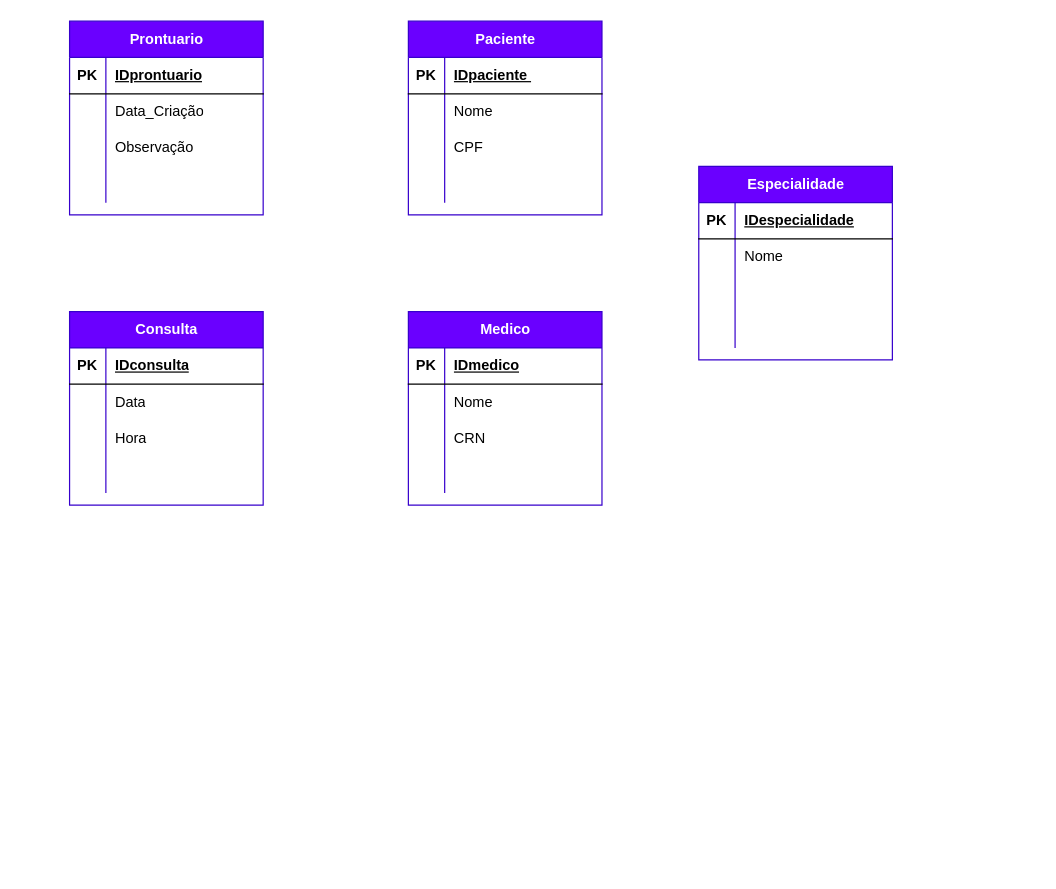
Earlier version of the draw.io diagram Diagrama sem nome.drawio (mi-edu/Milena.Banco). Source tidied: cells renumbered, new cells numbered last; positions are measured from the earlier drawing's top-left corner, leaving out a move shared by most shapes. Both pictures are drawn from the tidied source at 121%, with x=0, y=0 at pixel (69, 21).
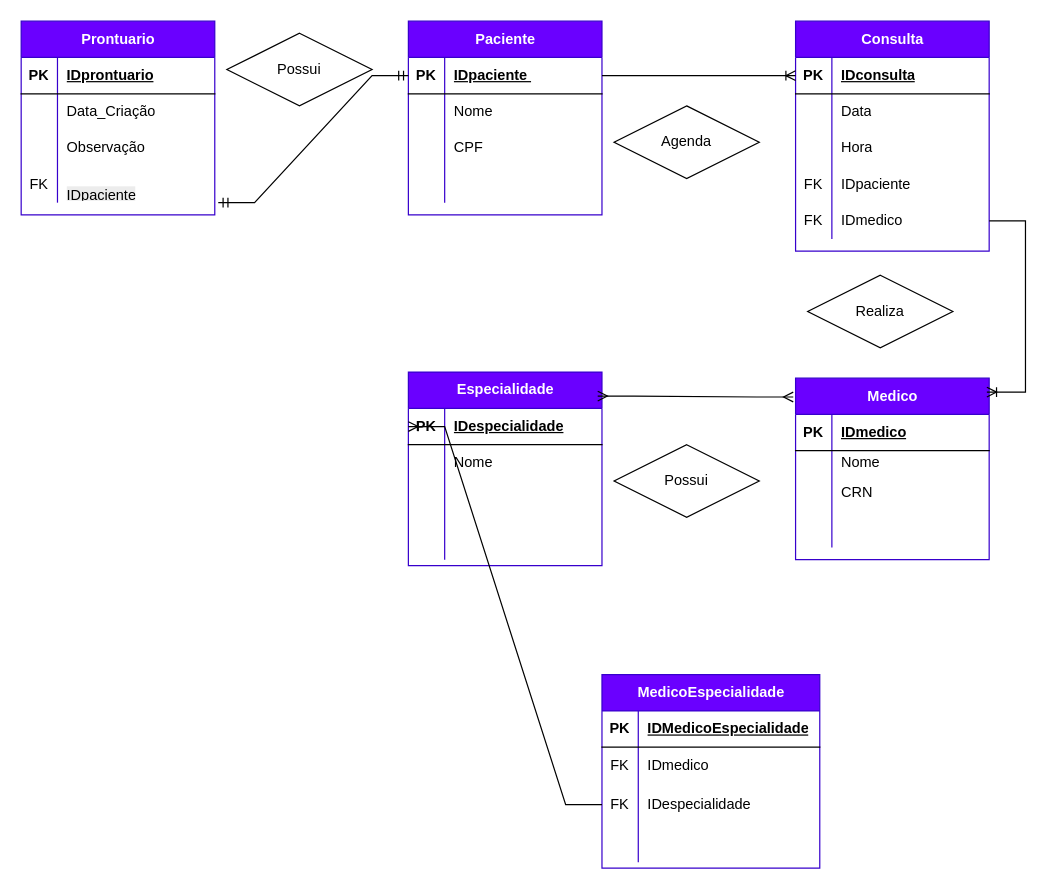
Above is the later version.

Unchanged cells that the change refers to:
```xml
<mxCell id="12" style="shape=tableRow;horizontal=0;startSize=0;swimlaneHead=0;swimlaneBody=0;fillColor=none;points=[[0,0.5],[1,0.5]];portConstraint=eastwest;top=0;left=0;right=0;bottom=0;" parent="2" vertex="1">
  <mxGeometry y="120" width="160" height="30" as="geometry" />
</mxCell>
<mxCell id="16" style="shape=tableRow;horizontal=0;startSize=0;swimlaneHead=0;swimlaneBody=0;fillColor=none;points=[[0,0.5],[1,0.5]];portConstraint=eastwest;top=0;left=0;right=0;bottom=1;" parent="15" vertex="1">
  <mxGeometry y="30" width="160" height="30" as="geometry" />
</mxCell>
<mxCell id="29" style="shape=tableRow;horizontal=0;startSize=0;swimlaneHead=0;swimlaneBody=0;fillColor=none;points=[[0,0.5],[1,0.5]];portConstraint=eastwest;top=0;left=0;right=0;bottom=1;" parent="28" vertex="1">
  <mxGeometry y="30" width="160" height="30" as="geometry" />
</mxCell>
<mxCell id="38" style="shape=tableRow;horizontal=0;startSize=0;swimlaneHead=0;swimlaneBody=0;fillColor=none;top=0;left=0;right=0;bottom=0;" parent="28" vertex="1">
  <mxGeometry y="120" width="160" height="30" as="geometry" />
</mxCell>
<mxCell id="55" style="shape=tableRow;horizontal=0;startSize=0;swimlaneHead=0;swimlaneBody=0;fillColor=none;points=[[0,0.5],[1,0.5]];portConstraint=eastwest;top=0;left=0;right=0;bottom=1;" parent="54" vertex="1">
  <mxGeometry y="30" width="160" height="30" as="geometry" />
</mxCell>
```

Diff of the diagram source:
```diff
@@
     <mxCell id="2" value="Prontuario" style="shape=table;startSize=30;childLayout=tableLayout;rowLines=0;fontStyle=1;align=center;html=1;fillColor=#6a00ff;fontColor=#ffffff;strokeColor=#3700CC;" parent="1" vertex="1">
-      <mxGeometry width="160" height="160" as="geometry" />
+      <mxGeometry x="-40" width="160" height="160" as="geometry" />
     </mxCell>
@@
-    <mxCell id="13" style="shape=partialRectangle;fillColor=none;top=0;left=0;bottom=0;right=0;overflow=hidden;whiteSpace=wrap;html=1;" parent="12" vertex="1">
+    <mxCell id="13" value="FK" style="shape=partialRectangle;fillColor=none;top=0;left=0;bottom=0;right=0;overflow=hidden;whiteSpace=wrap;html=1;" parent="12" vertex="1">
       <mxGeometry width="30" height="30" as="geometry" />
     </mxCell>
-    <mxCell id="14" style="shape=partialRectangle;fillColor=none;top=0;left=0;bottom=0;right=0;align=left;spacingLeft=6;overflow=hidden;whiteSpace=wrap;html=1;" parent="12" vertex="1">
+    <mxCell id="14" value="&#10;&lt;span style=&quot;color: rgb(0, 0, 0); font-family: Helvetica; font-size: 12px; font-style: normal; font-variant-ligatures: normal; font-variant-caps: normal; font-weight: 400; letter-spacing: normal; orphans: 2; text-align: left; text-indent: 0px; text-transform: none; widows: 2; word-spacing: 0px; -webkit-text-stroke-width: 0px; white-space: normal; background-color: rgb(236, 236, 236); text-decoration-thickness: initial; text-decoration-style: initial; text-decoration-color: initial; display: inline !important; float: none;&quot;&gt;IDpaciente&lt;/span&gt;&#10;&#10;" style="shape=partialRectangle;fillColor=none;top=0;left=0;bottom=0;right=0;align=left;spacingLeft=6;overflow=hidden;whiteSpace=wrap;html=1;" parent="12" vertex="1">
       <mxGeometry x="30" width="130" height="30" as="geometry" />
     </mxCell>
@@
     <mxCell id="28" value="Consulta" style="shape=table;startSize=30;childLayout=tableLayout;rowLines=0;fontStyle=1;align=center;html=1;fillColor=#6a00ff;fontColor=#ffffff;strokeColor=#3700CC;" parent="1" vertex="1">
-      <mxGeometry y="240" width="160" height="160" as="geometry" />
+      <mxGeometry x="600" width="160" height="190" as="geometry" />
     </mxCell>
@@
-    <mxCell id="39" style="shape=partialRectangle;fillColor=none;top=0;left=0;bottom=0;right=0;overflow=hidden;whiteSpace=wrap;html=1;" parent="38" vertex="1">
+    <mxCell id="39" value="FK" style="shape=partialRectangle;fillColor=none;top=0;left=0;bottom=0;right=0;overflow=hidden;whiteSpace=wrap;html=1;" parent="38" vertex="1">
       <mxGeometry width="30" height="30" as="geometry" />
     </mxCell>
-    <mxCell id="40" style="shape=partialRectangle;fillColor=none;top=0;left=0;bottom=0;right=0;align=left;spacingLeft=6;overflow=hidden;whiteSpace=wrap;html=1;" parent="38" vertex="1">
+    <mxCell id="40" value="IDpaciente" style="shape=partialRectangle;fillColor=none;top=0;left=0;bottom=0;right=0;align=left;spacingLeft=6;overflow=hidden;whiteSpace=wrap;html=1;" parent="38" vertex="1">
       <mxGeometry x="30" width="130" height="30" as="geometry" />
     </mxCell>
+    <mxCell id="67" style="shape=tableRow;horizontal=0;startSize=0;swimlaneHead=0;swimlaneBody=0;fillColor=none;points=[[0,0.5],[1,0.5]];portConstraint=eastwest;top=0;left=0;right=0;bottom=0;" parent="28" vertex="1">
+      <mxGeometry y="150" width="160" height="30" as="geometry" />
+    </mxCell>
+    <mxCell id="68" value="FK" style="shape=partialRectangle;fillColor=none;top=0;left=0;bottom=0;right=0;overflow=hidden;whiteSpace=wrap;html=1;" parent="67" vertex="1">
+      <mxGeometry width="30" height="30" as="geometry" />
+    </mxCell>
+    <mxCell id="69" value="IDmedico" style="shape=partialRectangle;fillColor=none;top=0;left=0;bottom=0;right=0;align=left;spacingLeft=6;overflow=hidden;whiteSpace=wrap;html=1;" parent="67" vertex="1">
+      <mxGeometry x="30" width="130" height="30" as="geometry" />
+    </mxCell>
     <mxCell id="41" value="Medico" style="shape=table;startSize=30;childLayout=tableLayout;rowLines=0;fontStyle=1;align=center;html=1;fillColor=#6a00ff;fontColor=#ffffff;strokeColor=#3700CC;" parent="1" vertex="1">
-      <mxGeometry x="280" y="240" width="160" height="160" as="geometry" />
+      <mxGeometry x="600" y="295" width="160" height="150" as="geometry" />
     </mxCell>
@@
     <mxCell id="45" style="shape=tableRow;horizontal=0;startSize=0;swimlaneHead=0;swimlaneBody=0;fillColor=none;top=0;left=0;right=0;bottom=0;" parent="41" vertex="1">
-      <mxGeometry y="60" width="160" height="30" as="geometry" />
+      <mxGeometry y="60" width="160" height="20" as="geometry" />
     </mxCell>
     <mxCell id="46" style="shape=partialRectangle;fillColor=none;top=0;left=0;bottom=0;right=0;overflow=hidden;whiteSpace=wrap;html=1;" parent="45" vertex="1">
-      <mxGeometry width="30" height="30" as="geometry" />
+      <mxGeometry width="30" height="20" as="geometry" />
     </mxCell>
     <mxCell id="47" value="Nome" style="shape=partialRectangle;fillColor=none;top=0;left=0;bottom=0;right=0;align=left;spacingLeft=6;overflow=hidden;whiteSpace=wrap;html=1;" parent="45" vertex="1">
-      <mxGeometry x="30" width="130" height="30" as="geometry" />
+      <mxGeometry x="30" width="130" height="20" as="geometry" />
     </mxCell>
     <mxCell id="48" style="shape=tableRow;horizontal=0;startSize=0;swimlaneHead=0;swimlaneBody=0;fillColor=none;top=0;left=0;right=0;bottom=0;" parent="41" vertex="1">
-      <mxGeometry y="90" width="160" height="30" as="geometry" />
+      <mxGeometry y="80" width="160" height="30" as="geometry" />
     </mxCell>
@@
     <mxCell id="51" style="shape=tableRow;horizontal=0;startSize=0;swimlaneHead=0;swimlaneBody=0;fillColor=none;top=0;left=0;right=0;bottom=0;" parent="41" vertex="1">
-      <mxGeometry y="120" width="160" height="30" as="geometry" />
+      <mxGeometry y="110" width="160" height="30" as="geometry" />
     </mxCell>
@@
     <mxCell id="54" value="Especialidade" style="shape=table;startSize=30;childLayout=tableLayout;rowLines=0;fontStyle=1;align=center;html=1;fillColor=#6a00ff;fontColor=#ffffff;strokeColor=#3700CC;" parent="1" vertex="1">
-      <mxGeometry x="520" y="120" width="160" height="160" as="geometry" />
+      <mxGeometry x="280" y="290" width="160" height="160" as="geometry" />
     </mxCell>
@@
     <mxCell id="61" style="shape=tableRow;horizontal=0;startSize=0;swimlaneHead=0;swimlaneBody=0;fillColor=none;top=0;left=0;right=0;bottom=0;" parent="54" vertex="1">
-      <mxGeometry y="90" width="160" height="30" as="geometry" />
+      <mxGeometry y="90" width="160" height="35" as="geometry" />
     </mxCell>
     <mxCell id="62" style="shape=partialRectangle;fillColor=none;top=0;left=0;bottom=0;right=0;overflow=hidden;whiteSpace=wrap;html=1;" parent="61" vertex="1">
-      <mxGeometry width="30" height="30" as="geometry" />
+      <mxGeometry width="30" height="35" as="geometry" />
     </mxCell>
     <mxCell id="63" style="shape=partialRectangle;fillColor=none;top=0;left=0;bottom=0;right=0;align=left;spacingLeft=6;overflow=hidden;whiteSpace=wrap;html=1;" parent="61" vertex="1">
-      <mxGeometry x="30" width="130" height="30" as="geometry" />
+      <mxGeometry x="30" width="130" height="35" as="geometry" />
     </mxCell>
     <mxCell id="64" style="shape=tableRow;horizontal=0;startSize=0;swimlaneHead=0;swimlaneBody=0;fillColor=none;top=0;left=0;right=0;bottom=0;" parent="54" vertex="1">
-      <mxGeometry y="120" width="160" height="30" as="geometry" />
+      <mxGeometry y="125" width="160" height="30" as="geometry" />
     </mxCell>
@@
+    <mxCell id="70" value="Possui" style="shape=rhombus;perimeter=rhombusPerimeter;whiteSpace=wrap;html=1;align=center;" parent="1" vertex="1">
+      <mxGeometry x="130" y="10" width="120" height="60" as="geometry" />
+    </mxCell>
+    <mxCell id="71" value="Agenda" style="shape=rhombus;perimeter=rhombusPerimeter;whiteSpace=wrap;html=1;align=center;" parent="1" vertex="1">
+      <mxGeometry x="450" y="70" width="120" height="60" as="geometry" />
+    </mxCell>
+    <mxCell id="72" value="Realiza" style="shape=rhombus;perimeter=rhombusPerimeter;whiteSpace=wrap;html=1;align=center;" parent="1" vertex="1">
+      <mxGeometry x="610" y="210" width="120" height="60" as="geometry" />
+    </mxCell>
+    <mxCell id="73" value="Possui" style="shape=rhombus;perimeter=rhombusPerimeter;whiteSpace=wrap;html=1;align=center;" parent="1" vertex="1">
+      <mxGeometry x="450" y="350" width="120" height="60" as="geometry" />
+    </mxCell>
+    <mxCell id="74" style="edgeStyle=entityRelationEdgeStyle;fontSize=12;html=1;endArrow=ERmandOne;startArrow=ERmandOne;rounded=0;exitX=1.018;exitY=1;exitDx=0;exitDy=0;exitPerimeter=0;entryX=0;entryY=0.5;entryDx=0;entryDy=0;" parent="1" edge="1" source="12" target="16">
+      <mxGeometry relative="1" as="geometry" />
+    </mxCell>
+    <mxCell id="75" style="edgeStyle=entityRelationEdgeStyle;fontSize=12;html=1;endArrow=ERoneToMany;rounded=0;entryX=0;entryY=0.5;entryDx=0;entryDy=0;exitX=1;exitY=0.5;exitDx=0;exitDy=0;" parent="1" edge="1" source="16" target="29">
+      <mxGeometry relative="1" as="geometry" />
+    </mxCell>
+    <mxCell id="76" style="edgeStyle=entityRelationEdgeStyle;fontSize=12;html=1;endArrow=ERoneToMany;rounded=0;entryX=0.988;entryY=0.077;entryDx=0;entryDy=0;entryPerimeter=0;" parent="1" edge="1" source="67" target="41">
+      <mxGeometry relative="1" as="geometry" />
+    </mxCell>
+    <mxCell id="77" style="edgeStyle=entityRelationEdgeStyle;fontSize=12;html=1;endArrow=ERmany;startArrow=ERmany;rounded=0;entryX=-0.012;entryY=0.104;entryDx=0;entryDy=0;entryPerimeter=0;exitX=0.978;exitY=0.124;exitDx=0;exitDy=0;exitPerimeter=0;" parent="1" edge="1" source="54" target="41">
+      <mxGeometry relative="1" as="geometry" />
+    </mxCell>
+    <mxCell id="78" value="MedicoEspecialidade" style="shape=table;startSize=30;childLayout=tableLayout;rowLines=0;fontStyle=1;align=center;html=1;fillColor=#6a00ff;fontColor=#ffffff;strokeColor=#3700CC;" parent="1" vertex="1">
+      <mxGeometry x="440" y="540" width="180" height="160" as="geometry" />
+    </mxCell>
+    <mxCell id="79" style="shape=tableRow;horizontal=0;startSize=0;swimlaneHead=0;swimlaneBody=0;fillColor=none;top=0;left=0;right=0;bottom=1;" parent="78" vertex="1">
+      <mxGeometry y="30" width="180" height="30" as="geometry" />
+    </mxCell>
+    <mxCell id="80" value="PK" style="shape=partialRectangle;fillColor=none;top=0;left=0;bottom=0;right=0;fontStyle=1;overflow=hidden;whiteSpace=wrap;html=1;" parent="79" vertex="1">
+      <mxGeometry width="30" height="30" as="geometry" />
+    </mxCell>
+    <mxCell id="81" value="IDMedicoEspecialidade" style="shape=partialRectangle;fillColor=none;top=0;left=0;bottom=0;right=0;align=left;spacingLeft=6;fontStyle=5;overflow=hidden;whiteSpace=wrap;html=1;" parent="79" vertex="1">
+      <mxGeometry x="30" width="150" height="30" as="geometry" />
+    </mxCell>
+    <mxCell id="82" style="shape=tableRow;horizontal=0;startSize=0;swimlaneHead=0;swimlaneBody=0;fillColor=none;top=0;left=0;right=0;bottom=0;" parent="78" vertex="1">
+      <mxGeometry y="60" width="180" height="30" as="geometry" />
+    </mxCell>
+    <mxCell id="83" value="FK" style="shape=partialRectangle;fillColor=none;top=0;left=0;bottom=0;right=0;overflow=hidden;whiteSpace=wrap;html=1;" parent="82" vertex="1">
+      <mxGeometry width="30" height="30" as="geometry" />
+    </mxCell>
+    <mxCell id="84" value="IDmedico" style="shape=partialRectangle;fillColor=none;top=0;left=0;bottom=0;right=0;align=left;spacingLeft=6;overflow=hidden;whiteSpace=wrap;html=1;" parent="82" vertex="1">
+      <mxGeometry x="30" width="150" height="30" as="geometry" />
+    </mxCell>
+    <mxCell id="85" style="shape=tableRow;horizontal=0;startSize=0;swimlaneHead=0;swimlaneBody=0;fillColor=none;points=[[0,0.5],[1,0.5]];portConstraint=eastwest;top=0;left=0;right=0;bottom=0;" parent="78" vertex="1">
+      <mxGeometry y="90" width="180" height="35" as="geometry" />
+    </mxCell>
+    <mxCell id="86" value="FK" style="shape=partialRectangle;fillColor=none;top=0;left=0;bottom=0;right=0;overflow=hidden;whiteSpace=wrap;html=1;" parent="85" vertex="1">
+      <mxGeometry width="30" height="35" as="geometry" />
+    </mxCell>
+    <mxCell id="87" value="IDespecialidade" style="shape=partialRectangle;fillColor=none;top=0;left=0;bottom=0;right=0;align=left;spacingLeft=6;overflow=hidden;whiteSpace=wrap;html=1;" parent="85" vertex="1">
+      <mxGeometry x="30" width="150" height="35" as="geometry" />
+    </mxCell>
+    <mxCell id="88" style="shape=tableRow;horizontal=0;startSize=0;swimlaneHead=0;swimlaneBody=0;fillColor=none;top=0;left=0;right=0;bottom=0;" parent="78" vertex="1">
+      <mxGeometry y="125" width="180" height="30" as="geometry" />
+    </mxCell>
+    <mxCell id="89" style="shape=partialRectangle;fillColor=none;top=0;left=0;bottom=0;right=0;overflow=hidden;whiteSpace=wrap;html=1;" parent="88" vertex="1">
+      <mxGeometry width="30" height="30" as="geometry" />
+    </mxCell>
+    <mxCell id="90" style="shape=partialRectangle;fillColor=none;top=0;left=0;bottom=0;right=0;align=left;spacingLeft=6;overflow=hidden;whiteSpace=wrap;html=1;" parent="88" vertex="1">
+      <mxGeometry x="30" width="150" height="30" as="geometry" />
+    </mxCell>
+    <mxCell id="91" style="edgeStyle=entityRelationEdgeStyle;fontSize=12;html=1;endArrow=ERoneToMany;rounded=0;exitX=0;exitY=0.5;exitDx=0;exitDy=0;entryX=0;entryY=0.5;entryDx=0;entryDy=0;" parent="1" edge="1" source="85" target="55">
+      <mxGeometry relative="1" as="geometry" />
+    </mxCell>
```
